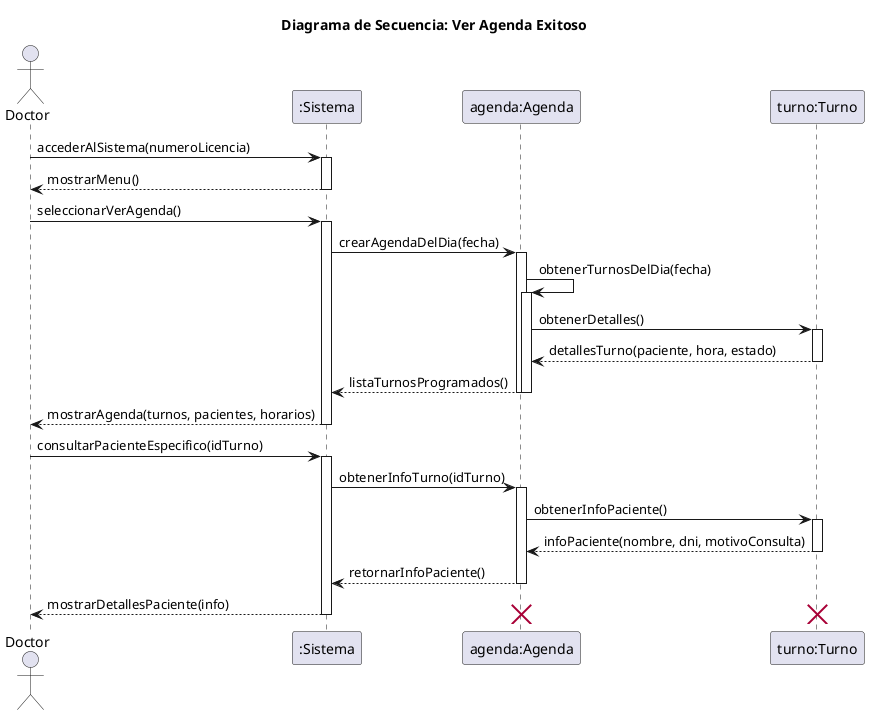
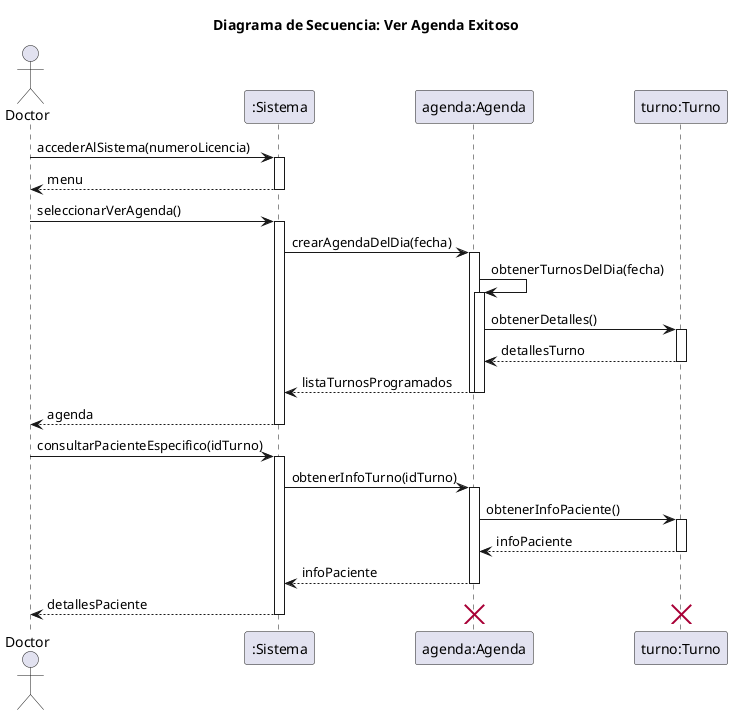
@startuml
title Diagrama de Secuencia: Ver Agenda Exitoso

actor Doctor
participant ":Sistema" as sistema
participant "agenda:Agenda" as agenda
participant "turno:Turno" as turno

Doctor -> sistema: accederAlSistema(numeroLicencia)
activate sistema
- sistema --> Doctor: mostrarMenu()
+ sistema --> Doctor: menu
deactivate sistema

Doctor -> sistema: seleccionarVerAgenda()
activate sistema
sistema -> agenda: crearAgendaDelDia(fecha)
activate agenda
agenda -> agenda: obtenerTurnosDelDia(fecha)
activate agenda
agenda -> turno: obtenerDetalles()
activate turno
- turno --> agenda: detallesTurno(paciente, hora, estado)
+ turno --> agenda: detallesTurno
deactivate turno
- agenda --> sistema: listaTurnosProgramados()
+ agenda --> sistema: listaTurnosProgramados
deactivate agenda
deactivate agenda
- sistema --> Doctor: mostrarAgenda(turnos, pacientes, horarios)
+ sistema --> Doctor: agenda
deactivate sistema

Doctor -> sistema: consultarPacienteEspecifico(idTurno)
activate sistema
sistema -> agenda: obtenerInfoTurno(idTurno)
activate agenda
agenda -> turno: obtenerInfoPaciente()
activate turno
- turno --> agenda: infoPaciente(nombre, dni, motivoConsulta)
+ turno --> agenda: infoPaciente
deactivate turno
- agenda --> sistema: retornarInfoPaciente()
+ agenda --> sistema: infoPaciente
deactivate agenda
- sistema --> Doctor: mostrarDetallesPaciente(info)
+ sistema --> Doctor: detallesPaciente
deactivate sistema

destroy turno
destroy agenda
@enduml